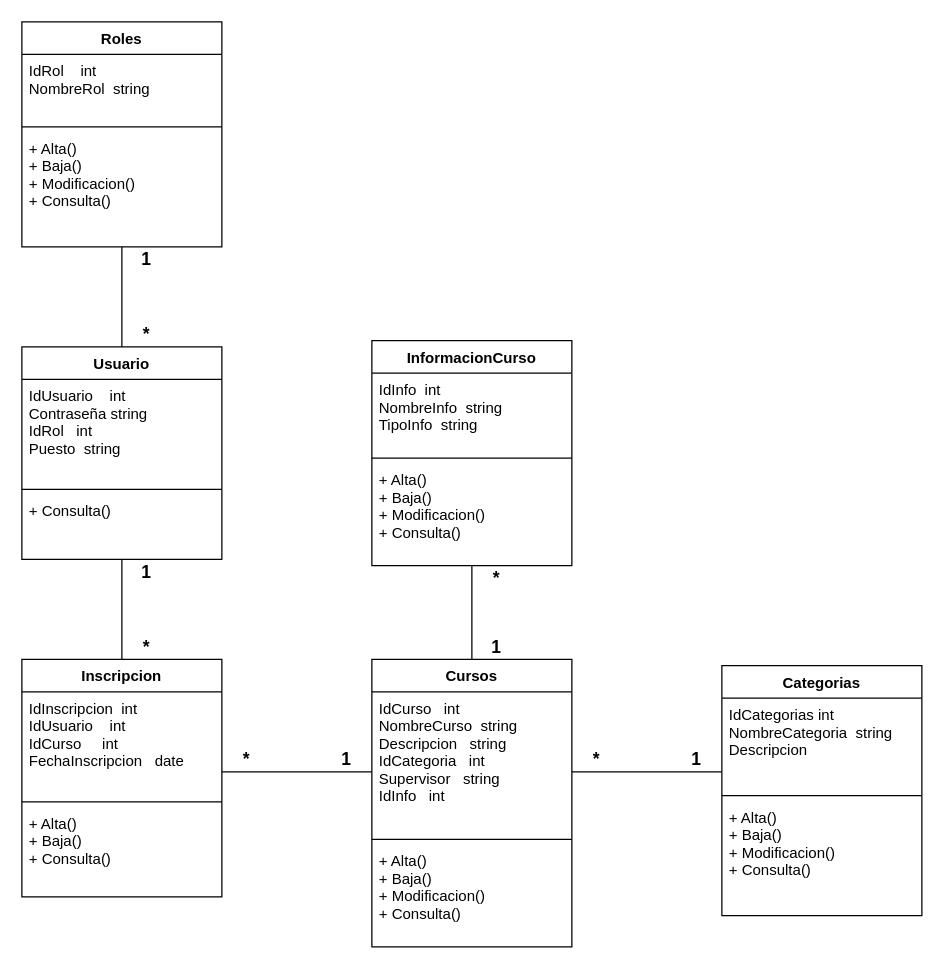
The draw.io diagram Unidad_2/C1.4_UML_Clases.drawio in GustavoValadez/An-lisis-Avanzado-Software, before the edit. Source tidied: cells renumbered, new cells numbered last; positions are measured from the earlier drawing's top-left corner, leaving out a move shared by most shapes. Both pictures are drawn from the tidied source at 125%, with x=0, y=0 at pixel (21, 21).
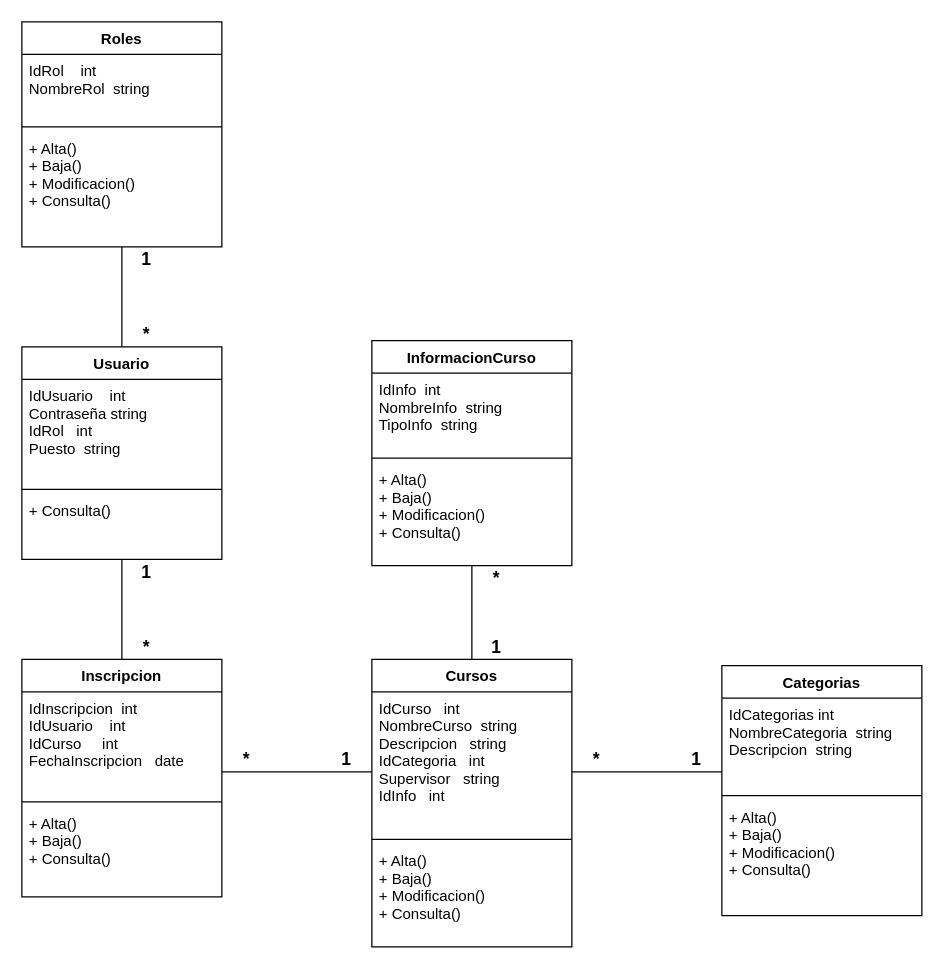
After the change.

The change refers to these unchanged cells:
```xml
<mxCell id="27" value="Categorias" style="swimlane;fontStyle=1;align=center;verticalAlign=top;horizontal=1;startSize=26;" parent="1" vertex="1">
  <mxGeometry x="560" y="515" width="160" height="200" as="geometry" />
</mxCell>
```

Diff of the diagram source:
```diff
@@
-    <mxCell id="28" value="IdCategorias int &#10;NombreCategoria  string&#10;Descripcion" style="text;strokeColor=none;fillColor=none;align=left;verticalAlign=top;spacingLeft=4;spacingRight=4;overflow=hidden;" parent="27" vertex="1">
+    <mxCell id="28" value="IdCategorias int &#10;NombreCategoria  string&#10;Descripcion  string" style="text;strokeColor=none;fillColor=none;align=left;verticalAlign=top;spacingLeft=4;spacingRight=4;overflow=hidden;" parent="27" vertex="1">
       <mxGeometry y="26" width="160" height="74" as="geometry" />
     </mxCell>
```
